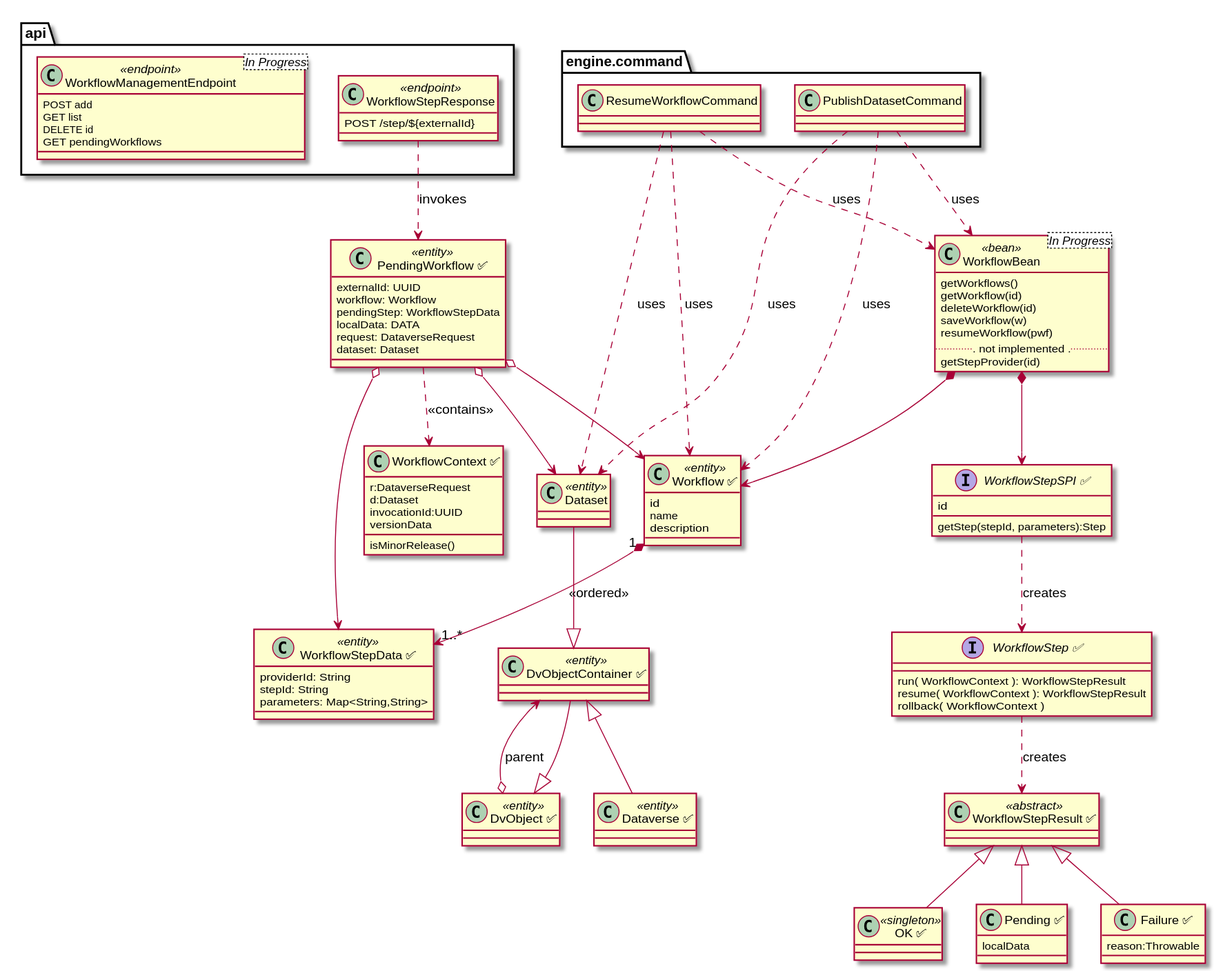
Before: doc/Architecture/Workflow/classes.svg, a diagram exported from PlantUML (IQSS/dataverse). Its source is kept beside it as doc/Architecture/Workflow/classes.puml. Its diagram source:
```plantuml
@startuml
!define DONE(NAME) "NAME ✅" as NAME

class DONE(DvObject) <<entity>>
class DONE(DvObjectContainer) <<entity>>
class DONE(Dataverse) <<entity>>
class Dataset <<entity>>

Dataset --|> DvObjectContainer
DvObjectContainer --|>DvObject
Dataverse -up-|> DvObjectContainer
DvObject o--> DvObjectContainer: parent

class DONE(Workflow) <<entity>> {
  id
  name
  description
}

class DONE(WorkflowStepData) <<entity>> {
  providerId: String
  stepId: String
  parameters: Map<String,String>
}

class WorkflowBean<In Progress> <<bean>> {
  getWorkflows()
  getWorkflow(id)
  deleteWorkflow(id)
  saveWorkflow(w)
  resumeWorkflow(pwf)
  ... not implemented ...
  getStepProvider(id)
}

class DONE(WorkflowContext) {
  r:DataverseRequest
  d:Dataset
  invocationId:UUID
  versionData
  isMinorRelease()
}

class DONE(PendingWorkflow) <<entity>> {
  externalId: UUID
  workflow: Workflow
  pendingStep: WorkflowStepData
  localData: DATA
  request: DataverseRequest
  dataset: Dataset
}

interface DONE(WorkflowStepSPI) {
  id
  getStep(stepId, parameters):Step
}

interface DONE(WorkflowStep) {
  run( WorkflowContext ): WorkflowStepResult
  resume( WorkflowContext ): WorkflowStepResult
  rollback( WorkflowContext  )
}

class DONE(WorkflowStepResult) <<abstract>>
class DONE(OK) <<singleton>>
class DONE(Pending){
  localData
}
class DONE(Failure) {
  reason:Throwable
}

package engine.command {
  class PublishDatasetCommand
  class ResumeWorkflowCommand
}

package api {
  class WorkflowStepResponse <<endpoint>> {
    POST /step/${externalId}
  }

  class DONE(WorkflowManagementEndpoint) <<endpoint>> {
    POST add
    GET list
    DELETE id
    GET pendingWorkflows
  }
}

OK -up-|> WorkflowStepResult
Pending -up-|> WorkflowStepResult
Failure -up-|> WorkflowStepResult

PendingWorkflow o--> Workflow
PendingWorkflow o--> WorkflowStepData
PendingWorkflow o--> Dataset
Workflow "1" *--> "1..*" WorkflowStepData: <<ordered>>
WorkflowStepSPI ..> WorkflowStep: creates
WorkflowStep ..> WorkflowStepResult: creates
WorkflowStepResponse ..> PendingWorkflow : invokes
WorkflowBean *--> WorkflowStepSPI
WorkflowBean *--> Workflow

PublishDatasetCommand ..> Workflow : uses
PublishDatasetCommand ..> Dataset : uses
PublishDatasetCommand ..> WorkflowBean : uses

ResumeWorkflowCommand ..> Workflow : uses
ResumeWorkflowCommand ..> Dataset : uses
ResumeWorkflowCommand ..> WorkflowBean : uses

PendingWorkflow  ..> WorkflowContext: <<contains>>

@enduml
```
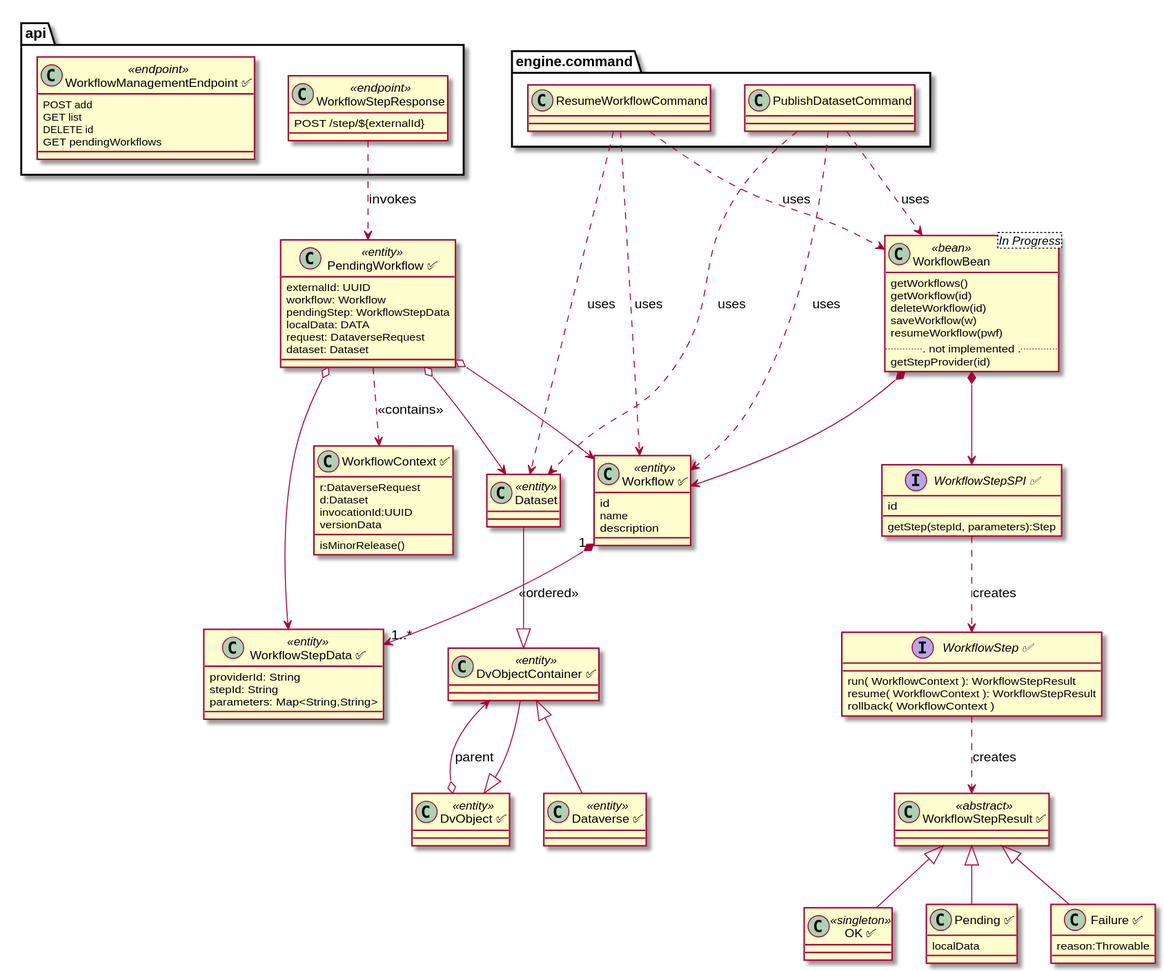
The same file after the commit.

Diff of the diagram source:
```diff
@@ -44,7 +44,7 @@
 class DONE(PendingWorkflow) <<entity>> {
   externalId: UUID
   workflow: Workflow
-  pendingStep: WorkflowStepData
+  pendingStepIdx: int
   localData: DATA
   request: DataverseRequest
   dataset: Dataset
```
